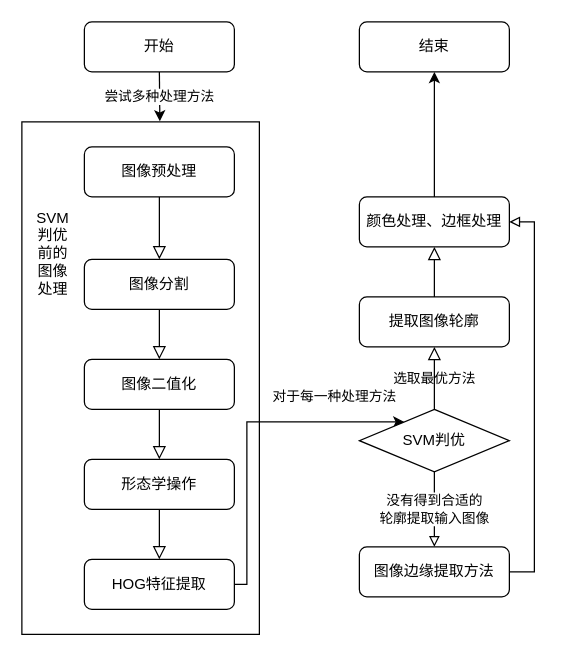
The draw.io diagram main.drawio in kuirh/xmldaotu, before the edit. Source tidied: cells renumbered, new cells numbered last; positions are measured from the earlier drawing's top-left corner, leaving out a move shared by most shapes. Both pictures are drawn from the tidied source at 125%, with x=0, y=0 at pixel (21, 21).
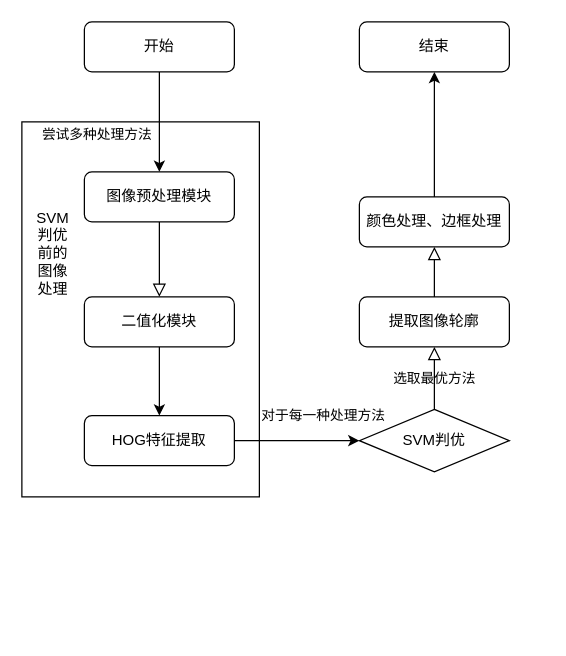
The same diagram, later.

Unchanged cells that the change refers to:
```xml
<mxCell id="15" value="SVM判优" style="rhombus;whiteSpace=wrap;html=1;" parent="1" vertex="1">
  <mxGeometry x="270" y="310" width="120" height="50" as="geometry" />
</mxCell>
<mxCell id="19" value="开始" style="rounded=1;whiteSpace=wrap;html=1;" parent="1" vertex="1">
  <mxGeometry x="50" width="120" height="40" as="geometry" />
</mxCell>
<mxCell id="21" value="颜色处理、边框处理" style="rounded=1;whiteSpace=wrap;html=1;fontSize=12;glass=0;strokeWidth=1;shadow=0;" parent="1" vertex="1">
  <mxGeometry x="270" y="140" width="120" height="40" as="geometry" />
</mxCell>
```

What changed in the source:
```diff
@@
     <mxCell id="2" style="rounded=0;whiteSpace=wrap;html=1;" parent="1" vertex="1">
-      <mxGeometry y="80" width="190" height="410" as="geometry" />
+      <mxGeometry y="80" width="190" height="300" as="geometry" />
     </mxCell>
-    <mxCell id="3" style="rounded=0;html=1;jettySize=auto;fontSize=11;endArrow=block;endFill=0;endSize=8;strokeWidth=1;shadow=0;labelBackgroundColor=none;edgeStyle=orthogonalEdgeStyle;" parent="1" edge="1" source="4">
-      <mxGeometry relative="1" as="geometry">
-        <mxPoint x="110" y="190" as="targetPoint" />
-      </mxGeometry>
+    <mxCell id="3" style="rounded=0;html=1;jettySize=auto;fontSize=11;endArrow=block;endFill=0;endSize=8;strokeWidth=1;shadow=0;labelBackgroundColor=none;edgeStyle=orthogonalEdgeStyle;entryX=0.5;entryY=0;entryDx=0;entryDy=0;" parent="1" edge="1" source="4" target="6">
+      <mxGeometry relative="1" as="geometry" />
     </mxCell>
-    <mxCell id="4" value="图像预处理" style="rounded=1;whiteSpace=wrap;html=1;fontSize=12;glass=0;strokeWidth=1;shadow=0;" parent="1" vertex="1">
-      <mxGeometry x="50" y="100" width="120" height="40" as="geometry" />
+    <mxCell id="4" value="图像预处理模块" style="rounded=1;whiteSpace=wrap;html=1;fontSize=12;glass=0;strokeWidth=1;shadow=0;" parent="1" vertex="1">
+      <mxGeometry x="50" y="120" width="120" height="40" as="geometry" />
     </mxCell>
-    <mxCell id="5" value="图像分割" style="rounded=1;whiteSpace=wrap;html=1;fontSize=12;glass=0;strokeWidth=1;shadow=0;" parent="1" vertex="1">
-      <mxGeometry x="50" y="190" width="120" height="40" as="geometry" />
-    </mxCell>
+    <mxCell id="26" style="edgeStyle=orthogonalEdgeStyle;rounded=0;jettySize=auto;html=1;" parent="1" edge="1" source="6" target="10">
+      <mxGeometry relative="1" as="geometry" />
+    </mxCell>
-    <mxCell id="6" value="图像二值化" style="rounded=1;whiteSpace=wrap;html=1;fontSize=12;glass=0;strokeWidth=1;shadow=0;" parent="1" vertex="1">
-      <mxGeometry x="50" y="270" width="120" height="40" as="geometry" />
+    <mxCell id="6" value="二值化模块" style="rounded=1;whiteSpace=wrap;html=1;fontSize=12;glass=0;strokeWidth=1;shadow=0;" parent="1" vertex="1">
+      <mxGeometry x="50" y="220" width="120" height="40" as="geometry" />
     </mxCell>
-    <mxCell id="7" style="rounded=0;html=1;jettySize=auto;fontSize=11;endArrow=block;endFill=0;endSize=8;strokeWidth=1;shadow=0;labelBackgroundColor=none;edgeStyle=orthogonalEdgeStyle;" parent="1" edge="1" source="5" target="6">
-      <mxGeometry relative="1" as="geometry" />
-    </mxCell>
@@
     <mxCell id="9" value="对于每一种处理方法" style="edgeStyle=orthogonalEdgeStyle;rounded=0;jettySize=auto;html=1;exitX=1;exitY=0.5;exitDx=0;exitDy=0;" parent="1" edge="1" source="10" target="15">
       <mxGeometry x="0.58" y="20" relative="1" as="geometry">
         <Array as="points">
-          <mxPoint x="180" y="450" />
-          <mxPoint x="180" y="320" />
+          <mxPoint x="150" y="335" />
         </Array>
       </mxGeometry>
     </mxCell>
     <mxCell id="10" value="HOG特征提取" style="rounded=1;whiteSpace=wrap;html=1;fontSize=12;glass=0;strokeWidth=1;shadow=0;" parent="1" vertex="1">
-      <mxGeometry x="50" y="430" width="120" height="40" as="geometry" />
+      <mxGeometry x="50" y="315" width="120" height="40" as="geometry" />
     </mxCell>
-    <mxCell id="11" value="形态学操作" style="rounded=1;whiteSpace=wrap;html=1;fontSize=12;glass=0;strokeWidth=1;shadow=0;" parent="1" vertex="1">
-      <mxGeometry x="50" y="350" width="120" height="40" as="geometry" />
-    </mxCell>
-    <mxCell id="12" style="rounded=0;html=1;jettySize=auto;fontSize=11;endArrow=block;endFill=0;endSize=8;strokeWidth=1;shadow=0;labelBackgroundColor=none;edgeStyle=orthogonalEdgeStyle;exitX=0.5;exitY=1;exitDx=0;exitDy=0;entryX=0.5;entryY=0;entryDx=0;entryDy=0;" parent="1" edge="1" source="6" target="11">
-      <mxGeometry relative="1" as="geometry" />
-    </mxCell>
-    <mxCell id="13" style="rounded=0;html=1;jettySize=auto;fontSize=11;endArrow=block;endFill=0;endSize=8;strokeWidth=1;shadow=0;labelBackgroundColor=none;edgeStyle=orthogonalEdgeStyle;exitX=0.5;exitY=1;exitDx=0;exitDy=0;" parent="1" edge="1" source="11" target="10">
-      <mxGeometry relative="1" as="geometry" />
-    </mxCell>
-    <mxCell id="14" value="没有得到合适的&lt;br&gt;轮廓提取输入图像" style="edgeStyle=orthogonalEdgeStyle;rounded=0;jettySize=auto;html=1;exitX=0.5;exitY=1;exitDx=0;exitDy=0;entryX=0.5;entryY=0;entryDx=0;entryDy=0;endArrow=block;endFill=0;" parent="1" edge="1" source="15" target="24">
-      <mxGeometry relative="1" as="geometry" />
-    </mxCell>
@@
-    <mxCell id="18" value="尝试多种处理方法" style="edgeStyle=orthogonalEdgeStyle;rounded=0;jettySize=auto;html=1;exitX=0.5;exitY=1;exitDx=0;exitDy=0;entryX=0.581;entryY=-0.001;entryDx=0;entryDy=0;entryPerimeter=0;" parent="1" edge="1" source="19" target="2">
-      <mxGeometry relative="1" as="geometry" />
+    <mxCell id="18" value="尝试多种处理方法" style="edgeStyle=orthogonalEdgeStyle;rounded=0;jettySize=auto;html=1;exitX=0.5;exitY=1;exitDx=0;exitDy=0;" parent="1" edge="1" source="19" target="4">
+      <mxGeometry x="0.25" y="-50" relative="1" as="geometry" />
     </mxCell>
@@
-    <mxCell id="23" style="edgeStyle=orthogonalEdgeStyle;rounded=0;jettySize=auto;html=1;exitX=1;exitY=0.5;exitDx=0;exitDy=0;entryX=1;entryY=0.5;entryDx=0;entryDy=0;endArrow=block;endFill=0;" parent="1" edge="1" source="24" target="21">
-      <mxGeometry relative="1" as="geometry" />
-    </mxCell>
-    <mxCell id="24" value="图像边缘提取方法" style="rounded=1;whiteSpace=wrap;html=1;fontSize=12;glass=0;strokeWidth=1;shadow=0;" parent="1" vertex="1">
-      <mxGeometry x="270" y="420" width="120" height="40" as="geometry" />
-    </mxCell>
```
